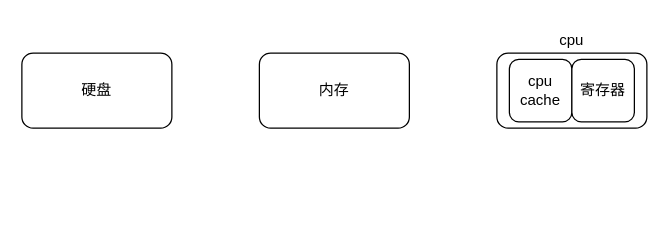
Earlier version of the draw.io diagram 操作系统.drawio (1155200424/diagrams). Source tidied: cells renumbered, new cells numbered last; positions are measured from the earlier drawing's top-left corner, leaving out a move shared by most shapes. Both pictures are drawn from the tidied source at 125%, with x=0, y=0 at pixel (21, 21).
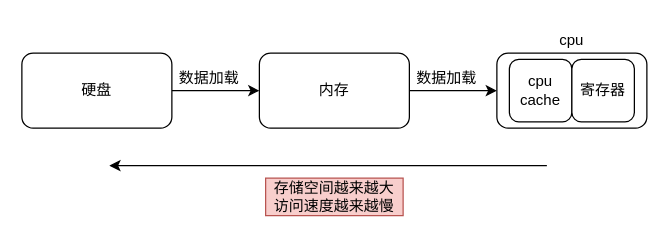
After the change.

Commit message (it also covers changes not shown here):
更新操作系统.drawio

Change to the diagram source:
```diff
@@
 <mxGraphModel>
   <root>
     <mxCell id="0" />
     <mxCell id="1" parent="0" />
+    <mxCell id="8" style="edgeStyle=orthogonalEdgeStyle;rounded=0;jettySize=auto;html=1;exitX=1;exitY=0.5;exitDx=0;exitDy=0;" parent="1" edge="1" source="2" target="3">
+      <mxGeometry relative="1" as="geometry" />
+    </mxCell>
     <mxCell id="2" value="硬盘" style="rounded=1;whiteSpace=wrap;html=1;" parent="1" vertex="1">
       <mxGeometry y="25" width="120" height="60" as="geometry" />
     </mxCell>
+    <mxCell id="9" style="edgeStyle=orthogonalEdgeStyle;rounded=0;jettySize=auto;html=1;exitX=1;exitY=0.5;exitDx=0;exitDy=0;entryX=0;entryY=0.5;entryDx=0;entryDy=0;" parent="1" edge="1" source="3" target="4">
+      <mxGeometry relative="1" as="geometry" />
+    </mxCell>
     <mxCell id="3" value="内存" style="rounded=1;whiteSpace=wrap;html=1;" parent="1" vertex="1">
       <mxGeometry x="190" y="25" width="120" height="60" as="geometry" />
     </mxCell>
     <mxCell id="4" style="rounded=1;whiteSpace=wrap;html=1;" parent="1" vertex="1">
       <mxGeometry x="380" y="25" width="120" height="60" as="geometry" />
     </mxCell>
     <mxCell id="5" value="cpu&lt;br&gt;cache" style="rounded=1;whiteSpace=wrap;html=1;" parent="1" vertex="1">
       <mxGeometry x="390" y="30" width="50" height="50" as="geometry" />
     </mxCell>
     <mxCell id="6" value="寄存器" style="rounded=1;whiteSpace=wrap;html=1;" parent="1" vertex="1">
       <mxGeometry x="440" y="30" width="50" height="50" as="geometry" />
     </mxCell>
     <mxCell id="7" value="cpu" style="text;html=1;align=center;verticalAlign=middle;whiteSpace=wrap;rounded=0;" parent="1" vertex="1">
       <mxGeometry x="410" width="60" height="30" as="geometry" />
     </mxCell>
+    <mxCell id="10" value="数据加载" style="text;html=1;align=center;verticalAlign=middle;whiteSpace=wrap;rounded=0;" parent="1" vertex="1">
+      <mxGeometry x="120" y="30" width="60" height="30" as="geometry" />
+    </mxCell>
+    <mxCell id="11" value="数据加载" style="text;html=1;align=center;verticalAlign=middle;whiteSpace=wrap;rounded=0;" parent="1" vertex="1">
+      <mxGeometry x="310" y="30" width="60" height="30" as="geometry" />
+    </mxCell>
+    <mxCell id="12" style="endArrow=classic;html=1;rounded=0;" parent="1" edge="1">
+      <mxGeometry relative="1" as="geometry">
+        <mxPoint x="420" y="115" as="sourcePoint" />
+        <mxPoint x="70" y="115" as="targetPoint" />
+      </mxGeometry>
+    </mxCell>
+    <mxCell id="13" value="存储空间越来越大&lt;br&gt;访问速度越来越慢" style="text;html=1;align=center;verticalAlign=middle;whiteSpace=wrap;rounded=0;fillColor=#f8cecc;strokeColor=#b85450;" parent="1" vertex="1">
+      <mxGeometry x="195" y="125" width="110" height="30" as="geometry" />
+    </mxCell>
   </root>
 </mxGraphModel>
```
